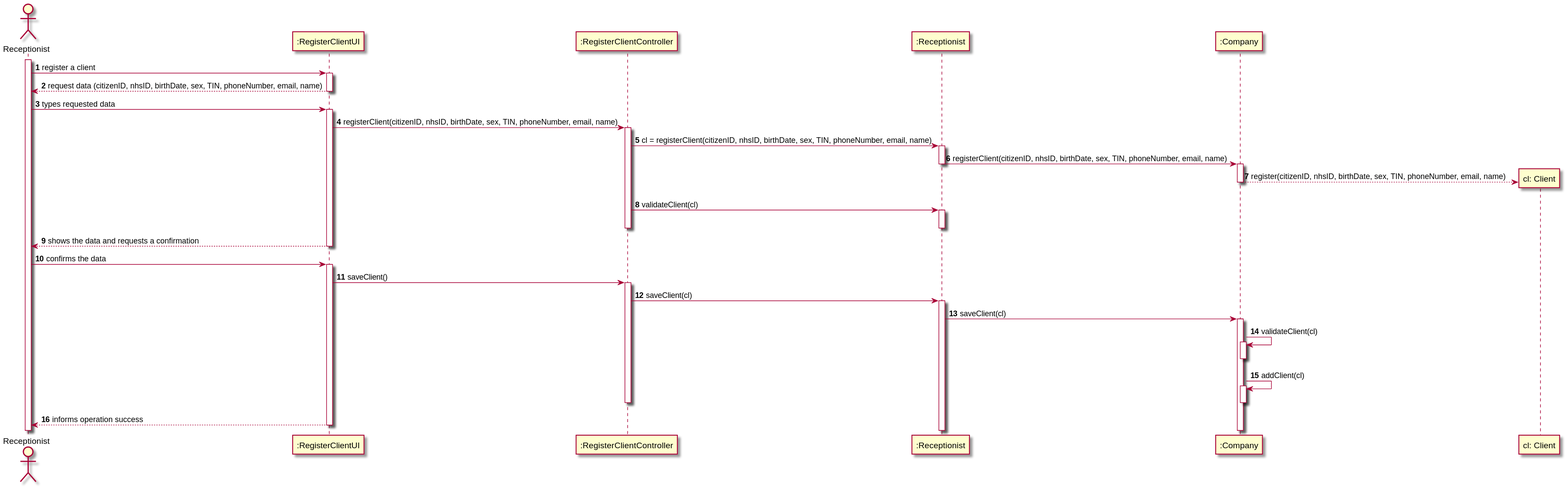
Above: docs/SprintB/US03/US03-SD.svg in 0franciscor/lei-21-s2-1de-g19 (PlantUML), before the change.
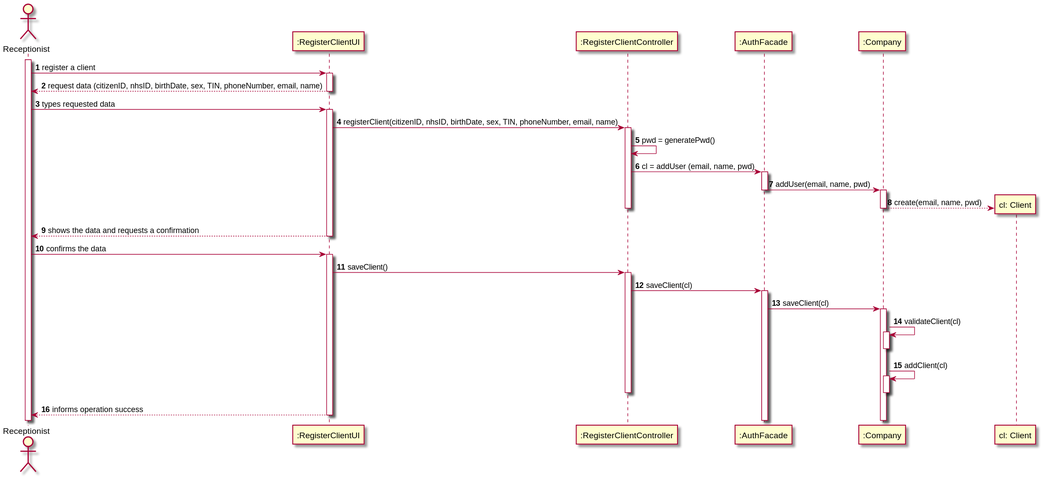
Above is the later version.

Commit message:
Alteração do SD e da systematization do ponto 3.1 da US3

Diff of the diagram source:
```diff
@@ -14,17 +14,18 @@
 activate ":RegisterClientUI"
 ":RegisterClientUI" -> ":RegisterClientController": registerClient(citizenID, nhsID, birthDate, sex, TIN, phoneNumber, email, name)
 activate ":RegisterClientController"
-":RegisterClientController" -> ":Receptionist" : cl = registerClient(citizenID, nhsID, birthDate, sex, TIN, phoneNumber, email, name)
-activate ":Receptionist"
-":Receptionist" -> ":Company": registerClient(citizenID, nhsID, birthDate, sex, TIN, phoneNumber, email, name)
-deactivate ":Receptionist"
+":RegisterClientController" -> ":RegisterClientController": pwd = generatePwd()
+":RegisterClientController" -> ":AuthFacade" : cl = addUser (email, name, pwd)
+
+
+
+activate ":AuthFacade"
+":AuthFacade" -> ":Company": addUser(email, name, pwd)
+deactivate ":AuthFacade"
 activate ":Company"
 create "cl: Client"
-":Company" --> "cl: Client": register(citizenID, nhsID, birthDate, sex, TIN, phoneNumber, email, name)
+":Company" --> "cl: Client": create(email, name, pwd)
 deactivate ":Company"
-":RegisterClientController" -> ":Receptionist" : validateClient(cl)
-activate ":Receptionist"
-deactivate ":Receptionist"
 deactivate ":RegisterClientController"
 ":RegisterClientUI" --> R: shows the data and requests a confirmation
 deactivate ":RegisterClientUI"
@@ -32,8 +33,8 @@
 activate ":RegisterClientUI"
 ":RegisterClientUI" -> ":RegisterClientController": saveClient()
 activate ":RegisterClientController"
-":RegisterClientController" -> ":Receptionist" ++: saveClient(cl)
-":Receptionist" -> ":Company": saveClient(cl)
+":RegisterClientController" -> ":AuthFacade" ++: saveClient(cl)
+":AuthFacade" -> ":Company": saveClient(cl)
 activate ":Company"
 ":Company" -> ":Company": validateClient(cl)
 activate ":Company"
```
